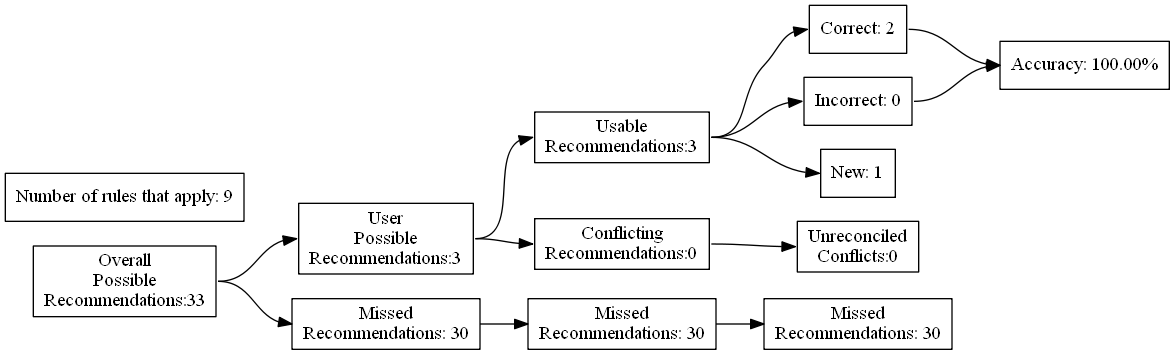
This is test_renders/105.gv.png from ZaxR/ibd_diet_analysis, a Graphviz export, as it was before one commit. Its source is kept beside it as test_renders/105.gv.
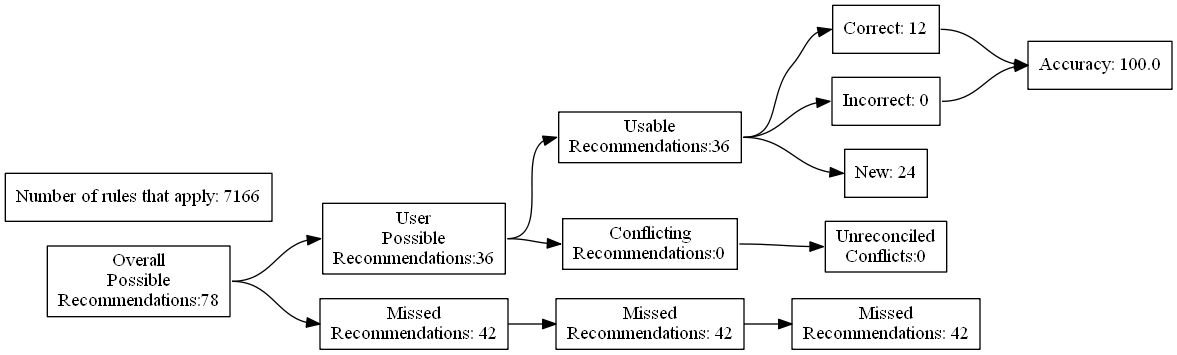
After the commit.

The edit, as a diff of the source:
```diff
@@ -4,27 +4,27 @@
 	edge [headport=w tailport=e]
 		A [label="Overall
 Possible
-Recommendations:33"]
+Recommendations:78"]
 		B [label="User
 Possible
-Recommendations:3"]
+Recommendations:36"]
 		C [label="Missed
-Recommendations: 30"]
+Recommendations: 42"]
 		D [label="Usable
-Recommendations:3"]
+Recommendations:36"]
 		E [label="Conflicting
 Recommendations:0"]
 		J [label="Missed
-Recommendations: 30"]
+Recommendations: 42"]
 		M [label="Unreconciled
 Conflicts:0"]
-		F [label="Correct: 2"]
+		F [label="Correct: 12"]
 		G [label="Incorrect: 0"]
-		H [label="New: 1"]
+		H [label="New: 24"]
 		K [label="Missed
-Recommendations: 30"]
-		I [label="Accuracy: 100.00%"]
-		l [label="Number of rules that apply: 9"]
+Recommendations: 42"]
+		I [label="Accuracy: 100.0"]
+		l [label="Number of rules that apply: 7166"]
 			A -> B
 			A -> C
 			B -> D
```
